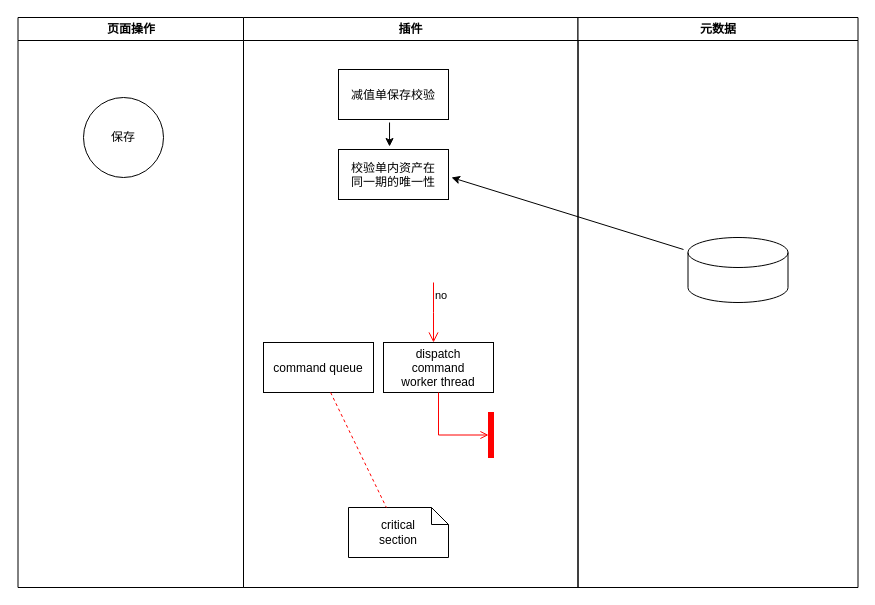
This is Zzw/Untitled Diagram.drawio from zzw727682012/projectManage, a draw.io file, before an edit. Source tidied: cells renumbered, new cells numbered last; positions are measured from the earlier drawing's top-left corner, leaving out a move shared by most shapes. Both pictures are drawn from the tidied source at 100%, with x=0, y=0 at pixel (17, 17).
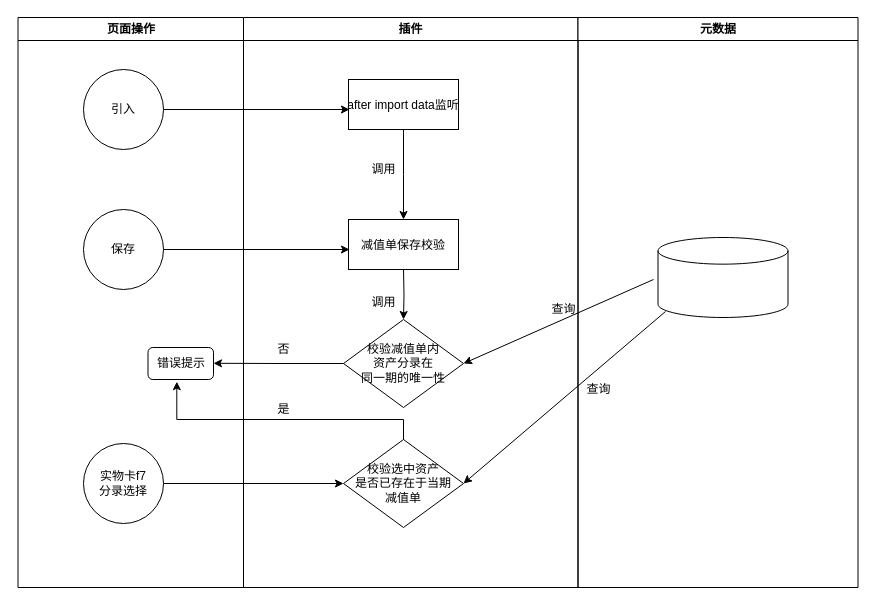
The same diagram, later.

The change refers to these unchanged cells:
```xml
<mxCell id="2" value="页面操作" style="swimlane;whiteSpace=wrap;" parent="1" vertex="1">
  <mxGeometry x="0.5" width="225.5" height="570" as="geometry" />
</mxCell>
<mxCell id="4" value="插件" style="swimlane;whiteSpace=wrap;" parent="1" vertex="1">
  <mxGeometry x="226" width="334.5" height="570" as="geometry" />
</mxCell>
<mxCell id="15" value="元数据" style="swimlane;whiteSpace=wrap;" parent="1" vertex="1">
  <mxGeometry x="560.5" width="280" height="570" as="geometry" />
</mxCell>
```

The edit, as a diff of the source:
```diff
@@
     <mxCell id="3" value="保存" style="ellipse;whiteSpace=wrap;html=1;" parent="2" vertex="1">
-      <mxGeometry x="65.5" y="80" width="80" height="80" as="geometry" />
+      <mxGeometry x="65.5" y="192" width="80" height="80" as="geometry" />
     </mxCell>
+    <mxCell id="18" value="引入" style="ellipse;whiteSpace=wrap;html=1;" parent="2" vertex="1">
+      <mxGeometry x="65.5" y="52" width="80" height="80" as="geometry" />
+    </mxCell>
+    <mxCell id="19" value="实物卡f7&lt;br&gt;分录选择" style="ellipse;whiteSpace=wrap;html=1;" parent="2" vertex="1">
+      <mxGeometry x="65.5" y="426" width="80" height="80" as="geometry" />
+    </mxCell>
+    <mxCell id="20" value="错误提示" style="rounded=1;whiteSpace=wrap;html=1;" parent="2" vertex="1">
+      <mxGeometry x="130" y="330" width="65.5" height="32" as="geometry" />
+    </mxCell>
@@
     <mxCell id="5" value="减值单保存校验" parent="4" vertex="1">
-      <mxGeometry x="95" y="52" width="110" height="50" as="geometry" />
+      <mxGeometry x="105" y="202" width="110" height="50" as="geometry" />
     </mxCell>
-    <mxCell id="6" value="校验单内资产在&#10;同一期的唯一性" parent="4" vertex="1">
-      <mxGeometry x="95" y="132" width="110" height="50" as="geometry" />
-    </mxCell>
+    <mxCell id="21" style="edgeStyle=orthogonalEdgeStyle;rounded=0;jettySize=auto;html=1;" parent="4" edge="1" source="7">
+      <mxGeometry relative="1" as="geometry">
+        <mxPoint x="160" y="202" as="targetPoint" />
+      </mxGeometry>
+    </mxCell>
-    <mxCell id="7" value="command queue" parent="4" vertex="1">
-      <mxGeometry x="20" y="325" width="110" height="50" as="geometry" />
+    <mxCell id="7" value="after import data监听" parent="4" vertex="1">
+      <mxGeometry x="105" y="62" width="110" height="50" as="geometry" />
     </mxCell>
-    <mxCell id="8" value="no" style="edgeStyle=elbowEdgeStyle;elbow=horizontal;align=left;verticalAlign=top;endArrow=open;endSize=8;strokeColor=#FF0000;endFill=1;rounded=0;" parent="4" edge="1" target="9">
-      <mxGeometry x="-1" relative="1" as="geometry">
-        <mxPoint x="190" y="265" as="sourcePoint" />
-      </mxGeometry>
-    </mxCell>
-    <mxCell id="9" value="dispatch&#10;command&#10;worker thread" parent="4" vertex="1">
-      <mxGeometry x="140" y="325" width="110" height="50" as="geometry" />
-    </mxCell>
-    <mxCell id="10" value="critical&#10;section" style="shape=note;whiteSpace=wrap;size=17;" parent="4" vertex="1">
-      <mxGeometry x="105" y="490" width="100" height="50" as="geometry" />
-    </mxCell>
-    <mxCell id="11" style="endArrow=none;strokeColor=#FF0000;endFill=0;rounded=0;dashed=1;" parent="4" edge="1" source="7" target="10">
-      <mxGeometry relative="1" as="geometry" />
-    </mxCell>
-    <mxCell id="12" style="whiteSpace=wrap;strokeColor=#FF0000;fillColor=#FF0000;" parent="4" vertex="1">
-      <mxGeometry x="245" y="395" width="5" height="45" as="geometry" />
-    </mxCell>
-    <mxCell id="13" style="edgeStyle=elbowEdgeStyle;elbow=horizontal;entryX=0;entryY=0.5;strokeColor=#FF0000;endArrow=open;endFill=1;rounded=0;" parent="4" edge="1" source="9" target="12">
-      <mxGeometry relative="1" as="geometry">
-        <Array as="points">
-          <mxPoint x="195" y="400" />
-        </Array>
-      </mxGeometry>
-    </mxCell>
-    <mxCell id="14" style="endArrow=classic;html=1;rounded=0;exitX=0.464;exitY=1.06;exitDx=0;exitDy=0;exitPerimeter=0;entryX=0.464;entryY=-0.06;entryDx=0;entryDy=0;entryPerimeter=0;" parent="4" edge="1" source="5" target="6">
-      <mxGeometry relative="1" as="geometry" />
-    </mxCell>
+    <mxCell id="22" value="调用" style="text;html=1;align=center;verticalAlign=middle;strokeColor=none;fillColor=none;" parent="4" vertex="1">
+      <mxGeometry x="120" y="142" width="40" height="20" as="geometry" />
+    </mxCell>
+    <mxCell id="23" value="调用" style="text;html=1;align=center;verticalAlign=middle;strokeColor=none;fillColor=none;" parent="4" vertex="1">
+      <mxGeometry x="120" y="275" width="40" height="20" as="geometry" />
+    </mxCell>
+    <mxCell id="24" value="校验减值单内&lt;br&gt;资产分录在&lt;br style=&quot;padding: 0px ; margin: 0px&quot;&gt;同一期的唯一性" style="rhombus;whiteSpace=wrap;html=1;fillColor=rgb(255, 255, 255);strokeColor=rgb(0, 0, 0);fontColor=rgb(0, 0, 0);" parent="4" vertex="1">
+      <mxGeometry x="100" y="302" width="120" height="88" as="geometry" />
+    </mxCell>
+    <mxCell id="25" style="edgeStyle=orthogonalEdgeStyle;rounded=0;jettySize=auto;html=1;" parent="4" edge="1" target="24">
+      <mxGeometry relative="1" as="geometry">
+        <mxPoint x="160" y="252" as="sourcePoint" />
+      </mxGeometry>
+    </mxCell>
+    <mxCell id="26" value="&lt;span&gt;校验选中资产&lt;/span&gt;&lt;br style=&quot;padding: 0px ; margin: 0px&quot;&gt;&lt;span&gt;是否已存在于&lt;/span&gt;当期&lt;span&gt;&lt;br&gt;减值单&lt;/span&gt;" style="rhombus;whiteSpace=wrap;html=1;fillColor=rgb(255, 255, 255);strokeColor=rgb(0, 0, 0);fontColor=rgb(0, 0, 0);" parent="4" vertex="1">
+      <mxGeometry x="100" y="422" width="120" height="88" as="geometry" />
+    </mxCell>
@@
-    <mxCell id="16" style="shape=cylinder3;whiteSpace=wrap;html=1;boundedLbl=1;backgroundOutline=1;size=15;" parent="15" vertex="1">
-      <mxGeometry x="110" y="220" width="100" height="65" as="geometry" />
+    <mxCell id="16" style="shape=cylinder3;whiteSpace=wrap;html=1;boundedLbl=1;backgroundOutline=1;size=13.333333333333428;" parent="15" vertex="1">
+      <mxGeometry x="80" y="220" width="130" height="80" as="geometry" />
     </mxCell>
+    <mxCell id="27" style="endArrow=classic;html=1;rounded=0;entryX=1;entryY=0.5;entryDx=0;entryDy=0;" parent="15" edge="1" target="26">
+      <mxGeometry relative="1" as="geometry">
+        <mxPoint x="87.5" y="294" as="sourcePoint" />
+      </mxGeometry>
+    </mxCell>
+    <mxCell id="28" value="查询" style="text;html=1;align=center;verticalAlign=middle;strokeColor=none;fillColor=none;" parent="15" vertex="1">
+      <mxGeometry y="362" width="40" height="20" as="geometry" />
+    </mxCell>
-    <mxCell id="17" style="endArrow=classic;html=1;rounded=0;entryX=1.027;entryY=0.56;entryDx=0;entryDy=0;entryPerimeter=0;" parent="1" edge="1" target="6">
+    <mxCell id="17" style="endArrow=classic;html=1;rounded=0;entryX=1;entryY=0.5;entryDx=0;entryDy=0;" parent="1" edge="1" target="24">
       <mxGeometry relative="1" as="geometry">
-        <mxPoint x="666" y="232" as="sourcePoint" />
+        <mxPoint x="636" y="262" as="sourcePoint" />
       </mxGeometry>
     </mxCell>
+    <mxCell id="29" style="edgeStyle=orthogonalEdgeStyle;rounded=0;jettySize=auto;html=1;exitX=1;exitY=0.5;exitDx=0;exitDy=0;entryX=0.009;entryY=0.6;entryDx=0;entryDy=0;entryPerimeter=0;" parent="1" edge="1" source="3" target="5">
+      <mxGeometry relative="1" as="geometry" />
+    </mxCell>
+    <mxCell id="30" style="edgeStyle=orthogonalEdgeStyle;rounded=0;jettySize=auto;html=1;exitX=1;exitY=0.5;exitDx=0;exitDy=0;entryX=0.009;entryY=0.6;entryDx=0;entryDy=0;entryPerimeter=0;" parent="1" edge="1" source="18" target="7">
+      <mxGeometry relative="1" as="geometry" />
+    </mxCell>
+    <mxCell id="31" value="查询" style="text;html=1;align=center;verticalAlign=middle;strokeColor=none;fillColor=none;" parent="1" vertex="1">
+      <mxGeometry x="526" y="282" width="40" height="20" as="geometry" />
+    </mxCell>
+    <mxCell id="32" style="edgeStyle=orthogonalEdgeStyle;rounded=0;jettySize=auto;html=1;exitX=0;exitY=0.5;exitDx=0;exitDy=0;" parent="1" edge="1" source="24">
+      <mxGeometry relative="1" as="geometry">
+        <mxPoint x="196" y="345.8" as="targetPoint" />
+      </mxGeometry>
+    </mxCell>
+    <mxCell id="33" value="否" style="text;html=1;align=center;verticalAlign=middle;strokeColor=none;fillColor=none;" parent="1" vertex="1">
+      <mxGeometry x="251" y="322" width="30" height="20" as="geometry" />
+    </mxCell>
+    <mxCell id="34" style="edgeStyle=orthogonalEdgeStyle;rounded=0;jettySize=auto;html=1;exitX=1;exitY=0.5;exitDx=0;exitDy=0;entryX=0;entryY=0.5;entryDx=0;entryDy=0;" parent="1" edge="1" source="19" target="26">
+      <mxGeometry relative="1" as="geometry" />
+    </mxCell>
+    <mxCell id="35" style="edgeStyle=orthogonalEdgeStyle;rounded=0;jettySize=auto;html=1;exitX=0.5;exitY=0;exitDx=0;exitDy=0;entryX=0.44;entryY=1.068;entryDx=0;entryDy=0;entryPerimeter=0;" parent="1" edge="1" source="26" target="20">
+      <mxGeometry relative="1" as="geometry">
+        <Array as="points">
+          <mxPoint x="386" y="402" />
+          <mxPoint x="159" y="402" />
+        </Array>
+      </mxGeometry>
+    </mxCell>
+    <mxCell id="36" value="是" style="text;html=1;align=center;verticalAlign=middle;strokeColor=none;fillColor=none;" parent="1" vertex="1">
+      <mxGeometry x="251" y="382" width="30" height="20" as="geometry" />
+    </mxCell>
```
